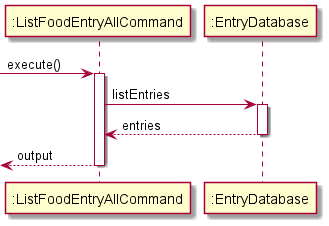
praj-bellakka/tp keeps this PlantUML diagram as docs/diagrams-DG/ListFoodEntryAll.png. Above is the earlier version. Source of this version:
```plantuml
@startuml

-> ":ListFoodEntryAllCommand": execute()
activate ":ListFoodEntryAllCommand"

    ":ListFoodEntryAllCommand" -> ":EntryDatabase" : listEntries
    activate ":EntryDatabase"
    return entries

return output

@enduml
```
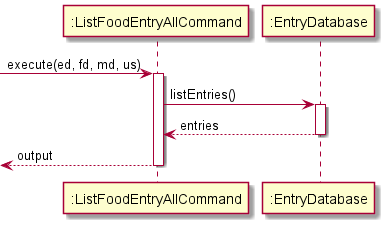
The same diagram one commit later.

Diff of the diagram source:
```diff
@@ -1,9 +1,9 @@
 @startuml
 
--> ":ListFoodEntryAllCommand": execute()
+-> ":ListFoodEntryAllCommand": execute(ed, fd, md, us)
 activate ":ListFoodEntryAllCommand"
 
-    ":ListFoodEntryAllCommand" -> ":EntryDatabase" : listEntries
+    ":ListFoodEntryAllCommand" -> ":EntryDatabase" : listEntries()
     activate ":EntryDatabase"
     return entries
 
```
